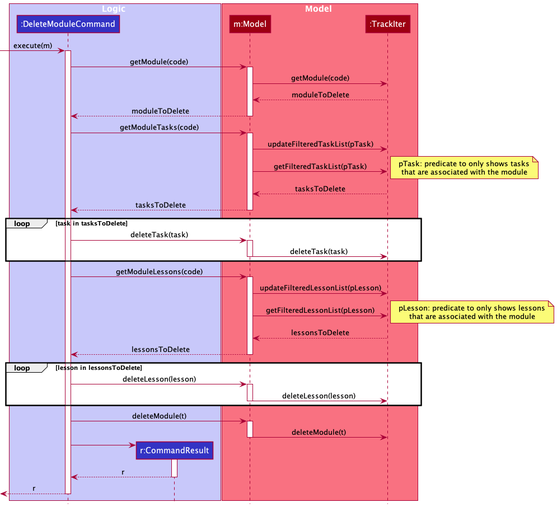
This is docs/images/DeleteModuleSequenceDiagram.png from simonteozw/tp, a PlantUML export, as it was before one commit.
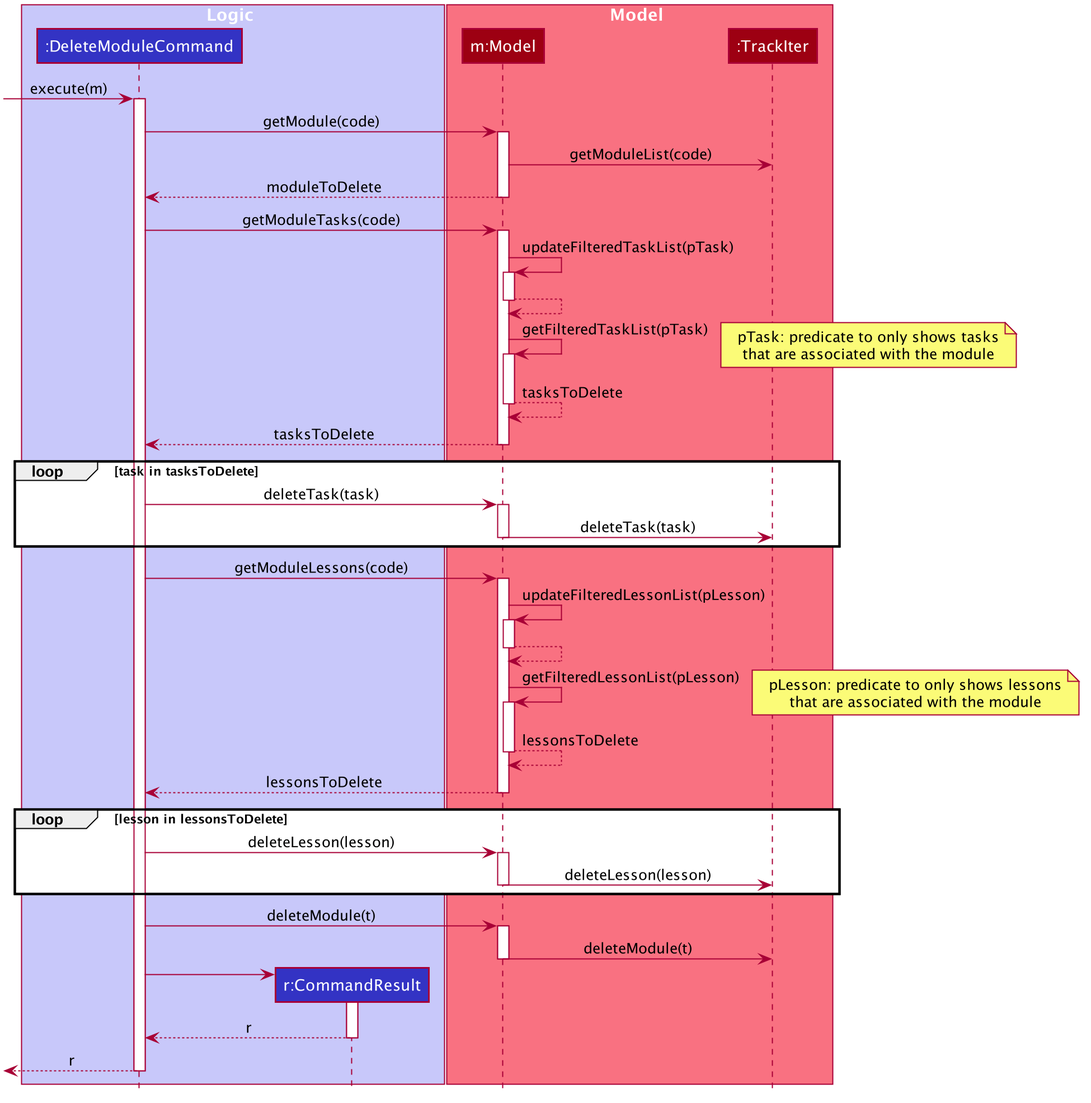
The same diagram one commit later.

The edit, as a diff of the source:
```diff
@@ -1,14 +1,63 @@
 @startuml
-!include style.puml
 
-box Logic LOGIC_COLOR_T1
-participant ":DeleteModuleCommand" as DeleteModuleCommand LOGIC_COLOR
-participant "r:CommandResult" as CommandResult LOGIC_COLOR
+
+
+
+
+
+
+
+skinparam BackgroundColor #FFFFFFF
+
+skinparam Shadowing false
+
+skinparam Class {
+    FontColor #FFFFFF
+    BorderThickness 1
+    BorderColor #FFFFFF
+    StereotypeFontColor #FFFFFF
+    FontName Arial
+    AttributeFontColor #FFFFFF
+    AttributeIconSize 0
+}
+
+skinparam Actor {
+    BorderColor #000000
+    Color #000000
+    FontName Arial
+}
+
+skinparam Sequence {
+    MessageAlign center
+    BoxFontSize 15
+    BoxPadding 0
+    BoxFontColor #FFFFFF
+    FontName Arial
+}
+
+skinparam Participant {
+    FontColor #FFFFFFF
+    Padding 20
+}
+
+skinparam MinClassWidth 50
+skinparam ParticipantPadding 10
+skinparam Shadowing false
+skinparam DefaultTextAlignment center
+skinparam packageStyle Rectangle
+
+hide footbox
+hide members
+hide circle
+
+box Logic #C8C8FA
+participant ":DeleteModuleCommand" as DeleteModuleCommand #3333C4
+participant "r:CommandResult" as CommandResult #3333C4
 end box
 
-box Model MODEL_COLOR_T1
-participant "m:Model" as Model MODEL_COLOR
-participant ":TrackIter" as TrackIter MODEL_COLOR
+box Model #F97181
+participant "m:Model" as Model #9D0012
+participant ":TrackIter" as TrackIter #9D0012
 end box
 
 [-> DeleteModuleCommand : execute(m)
@@ -16,20 +65,24 @@
 
 DeleteModuleCommand -> Model : getModule(code)
 activate Model
-Model -> TrackIter : getModule(code)
-TrackIter --> Model : moduleToDelete
+Model -> TrackIter : getModuleList(code)
 Model --> DeleteModuleCommand : moduleToDelete
 deactivate Model
 
 DeleteModuleCommand -> Model : getModuleTasks(code)
 activate Model
-Model -> TrackIter : updateFilteredTaskList(pTask)
-Model -> TrackIter : getFilteredTaskList(pTask)
+Model -> Model : updateFilteredTaskList(pTask)
+activate Model
+Model --> Model
+deactivate Model
+Model -> Model : getFilteredTaskList(pTask)
+activate Model
 note right
 pTask: predicate to only shows tasks
 that are associated with the module
 end note
-TrackIter --> Model : tasksToDelete
+Model --> Model : tasksToDelete
+deactivate Model
 Model --> DeleteModuleCommand : tasksToDelete
 deactivate Model
 
@@ -42,13 +95,18 @@
 
 DeleteModuleCommand -> Model : getModuleLessons(code)
 activate Model
-Model -> TrackIter : updateFilteredLessonList(pLesson)
-Model -> TrackIter : getFilteredLessonList(pLesson)
+Model -> Model : updateFilteredLessonList(pLesson)
+activate Model
+Model --> Model
+deactivate Model
+Model -> Model : getFilteredLessonList(pLesson)
+activate Model
 note right
 pLesson: predicate to only shows lessons
 that are associated with the module
 end note
-TrackIter --> Model : lessonsToDelete
+Model --> Model : lessonsToDelete
+deactivate Model
 Model --> DeleteModuleCommand : lessonsToDelete
 deactivate Model
 
```
